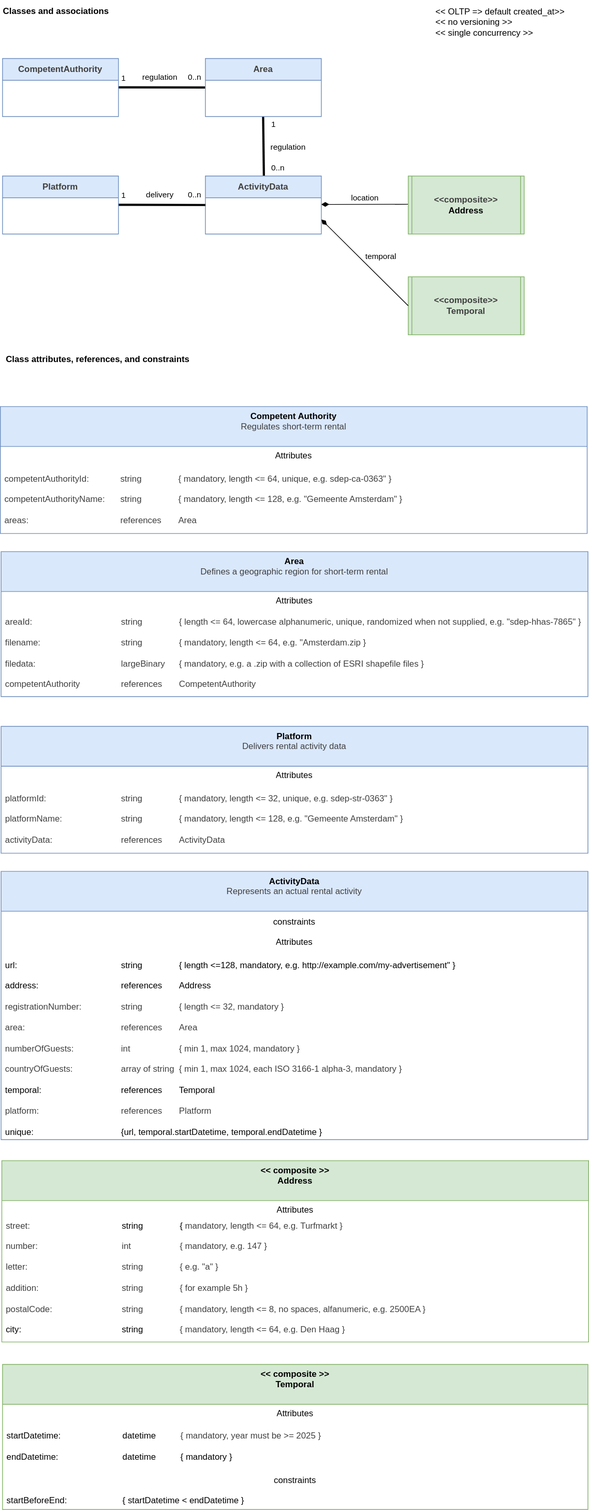
The draw.io diagram docs/Classes.svg in MinBZK/sdep.gov.nl, before a commit. Source tidied: cells renumbered, new cells last; positions are measured from the earlier drawing's top-left corner, leaving out a move shared by most shapes.
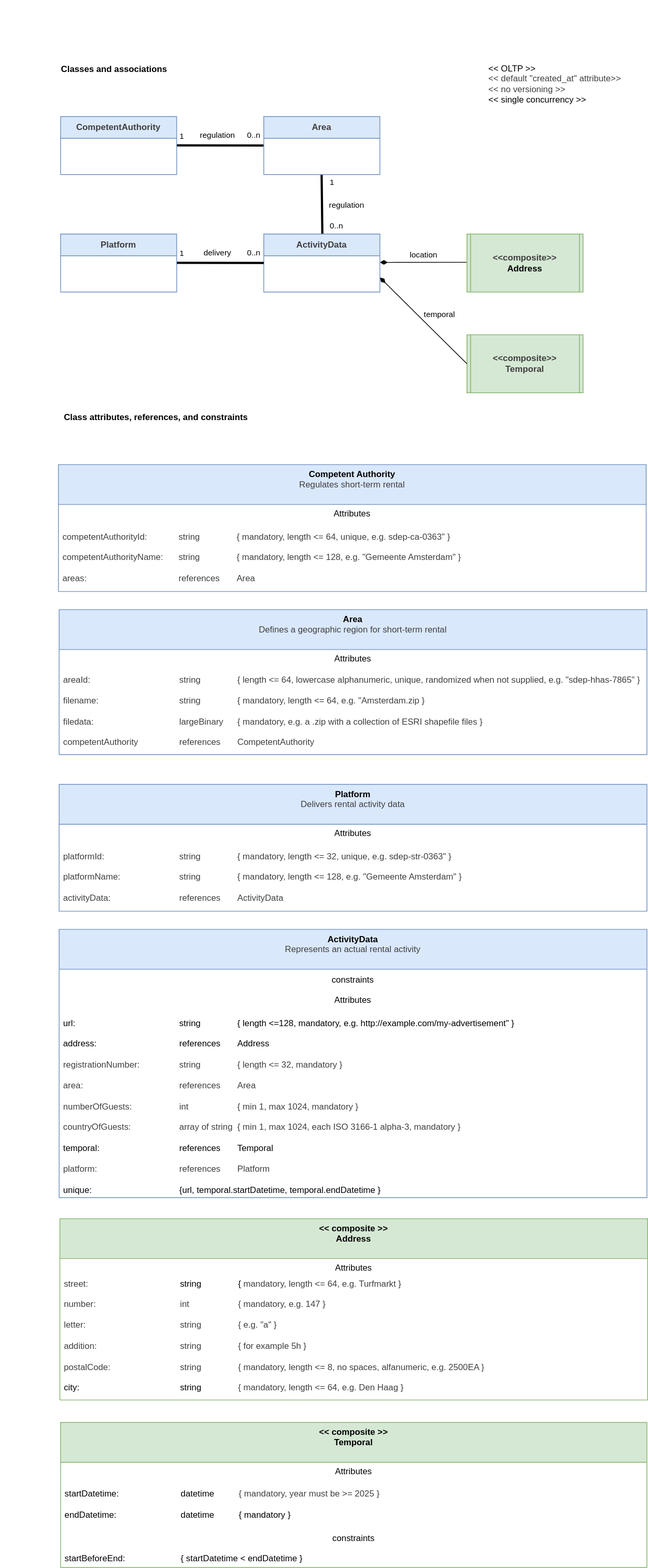
The same diagram one commit later.

What changed in the source:
```diff
@@ -24,8 +24,8 @@
         <mxPoint x="-1" y="-10" as="offset" />
       </mxGeometry>
     </mxCell>
-    <mxCell id="7" value="&amp;lt;&amp;lt; OLTP =&amp;gt; default created_at&amp;gt;&amp;gt;&lt;div&gt;&amp;lt;&amp;lt; no versioning &amp;gt;&amp;gt;&lt;/div&gt;&lt;div&gt;&amp;lt;&amp;lt; single concurrency &amp;gt;&amp;gt;&lt;/div&gt;" style="text;html=1;align=left;verticalAlign=middle;strokeColor=none;fillColor=none;" parent="1" vertex="1">
-      <mxGeometry x="599" width="200" height="60" as="geometry" />
+    <mxCell id="7" value="&amp;lt;&amp;lt; OLTP &amp;gt;&amp;gt;&lt;div&gt;&lt;span style=&quot;color: rgb(63, 63, 63);&quot;&gt;&amp;lt;&amp;lt; default &quot;created_at&quot; attribute&amp;gt;&amp;gt;&lt;/span&gt;&lt;/div&gt;&lt;div&gt;&lt;span style=&quot;color: rgb(63, 63, 63); background-color: transparent;&quot;&gt;&amp;lt;&amp;lt; no versioning &amp;gt;&amp;gt;&lt;/span&gt;&lt;/div&gt;&lt;div&gt;&lt;div&gt;&amp;lt;&amp;lt; single concurrency &amp;gt;&amp;gt;&lt;/div&gt;&lt;/div&gt;" style="text;html=1;align=left;verticalAlign=middle;strokeColor=none;fillColor=none;" parent="1" vertex="1">
+      <mxGeometry x="591" width="210" height="70" as="geometry" />
     </mxCell>
     <mxCell id="8" style="endArrow=none;startArrow=none;endFill=0;startFill=0;endSize=8;html=1;verticalAlign=bottom;labelBackgroundColor=none;strokeWidth=3;entryX=0.487;entryY=0.966;entryDx=0;entryDy=0;entryPerimeter=0;exitX=0.505;exitY=0.071;exitDx=0;exitDy=0;exitPerimeter=0;" parent="1" edge="1" source="18">
       <mxGeometry relative="1" as="geometry">
```
